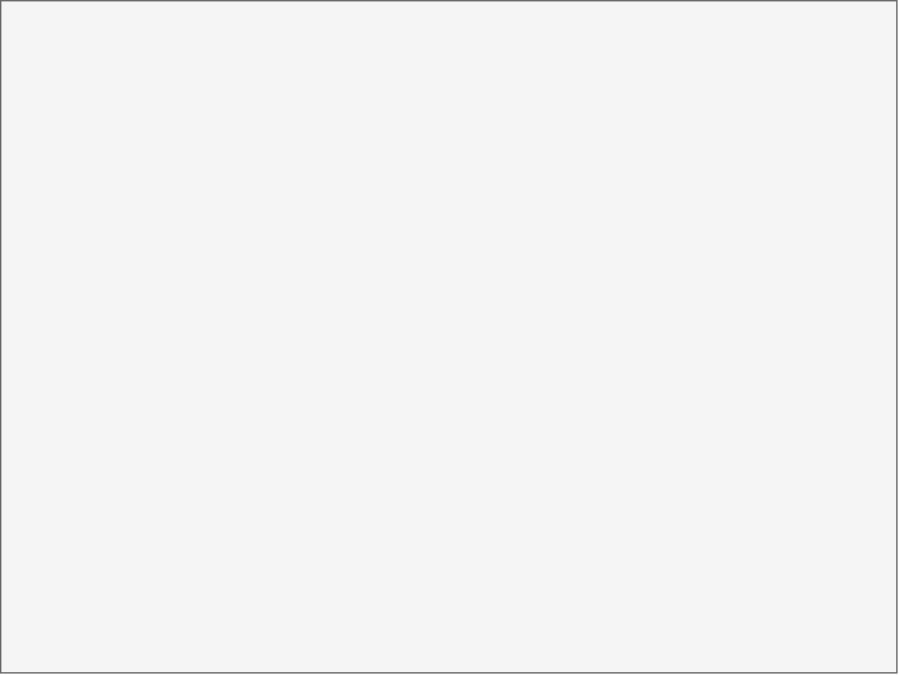
This is images/20241128190918.drawio.svg from tsuyuni/t-browser, a draw.io export, as it was before one commit. Source tidied: cells renumbered, new cells last; positions are measured from the earlier drawing's top-left corner, leaving out a move shared by most shapes. Its diagram source:
```xml
<mxGraphModel>
  <root>
    <mxCell id="0" />
    <mxCell id="1" parent="0" />
    <mxCell id="2" style="whiteSpace=wrap;html=1;fillColor=#f5f5f5;fontColor=#333333;strokeColor=#666666;" parent="1" vertex="1">
      <mxGeometry width="640" height="480" as="geometry" />
    </mxCell>
  </root>
</mxGraphModel>
```
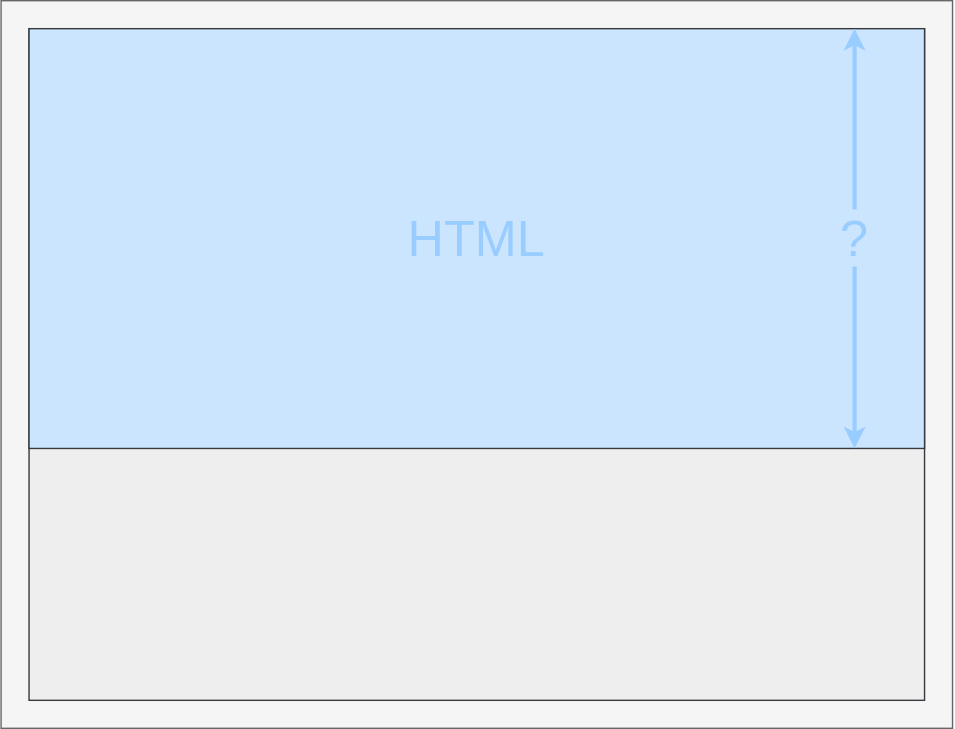
After the change.

Change to the diagram source:
```diff
@@ -3,7 +3,29 @@
     <mxCell id="0" />
     <mxCell id="1" parent="0" />
     <mxCell id="2" style="whiteSpace=wrap;html=1;fillColor=#f5f5f5;fontColor=#333333;strokeColor=#666666;" parent="1" vertex="1">
-      <mxGeometry width="640" height="480" as="geometry" />
+      <mxGeometry width="680" height="520" as="geometry" />
     </mxCell>
+    <mxCell id="3" style="whiteSpace=wrap;html=1;fillColor=#eeeeee;strokeColor=#36393d;" parent="1" vertex="1">
+      <mxGeometry x="20" y="20" width="640" height="480" as="geometry" />
+    </mxCell>
+    <mxCell id="4" style="whiteSpace=wrap;html=1;fillColor=#cce5ff;strokeColor=#36393d;" parent="1" vertex="1">
+      <mxGeometry x="20" y="20" width="640" height="300" as="geometry" />
+    </mxCell>
+    <mxCell id="5" value="&lt;font style=&quot;font-size: 36px;&quot;&gt;HTML&lt;/font&gt;" style="text;strokeColor=none;align=center;fillColor=none;html=1;verticalAlign=middle;whiteSpace=wrap;rounded=0;fontSize=18;fontColor=#99CCFF;" parent="1" vertex="1">
+      <mxGeometry x="310" y="155" width="60" height="30" as="geometry" />
+    </mxCell>
+    <mxCell id="6" style="edgeStyle=none;html=1;fontSize=36;fontColor=#99CCFF;exitX=0.5;exitY=1;exitDx=0;exitDy=5;exitPerimeter=0;strokeColor=#99CCFF;strokeWidth=3;" parent="1" edge="1" source="8">
+      <mxGeometry relative="1" as="geometry">
+        <mxPoint x="610" y="320" as="targetPoint" />
+      </mxGeometry>
+    </mxCell>
+    <mxCell id="7" style="edgeStyle=none;html=1;fontSize=36;fontColor=#99CCFF;exitX=0.5;exitY=0;exitDx=0;exitDy=-6;exitPerimeter=0;strokeColor=#99CCFF;strokeWidth=3;" parent="1" edge="1" source="8">
+      <mxGeometry relative="1" as="geometry">
+        <mxPoint x="610" y="20" as="targetPoint" />
+      </mxGeometry>
+    </mxCell>
+    <mxCell id="8" value="?&lt;br&gt;" style="text;strokeColor=none;align=center;fillColor=none;html=1;verticalAlign=middle;whiteSpace=wrap;rounded=0;fontSize=36;fontColor=#99CCFF;points=[[0,0,0,0,0],[0,0.23,0,0,0],[0,0.5,0,0,0],[0,0.77,0,0,0],[0,1,0,0,0],[0.25,0,0,0,0],[0.25,1,0,0,0],[0.5,0,0,0,-6],[0.5,1,0,0,5],[0.75,0,0,0,0],[0.75,1,0,0,0],[1,0,0,0,0],[1,0.27,0,0,0],[1,0.5,0,0,0],[1,0.77,0,0,0],[1,1,0,0,0]];" parent="1" vertex="1">
+      <mxGeometry x="580" y="155" width="60" height="30" as="geometry" />
+    </mxCell>
   </root>
 </mxGraphModel>
```
